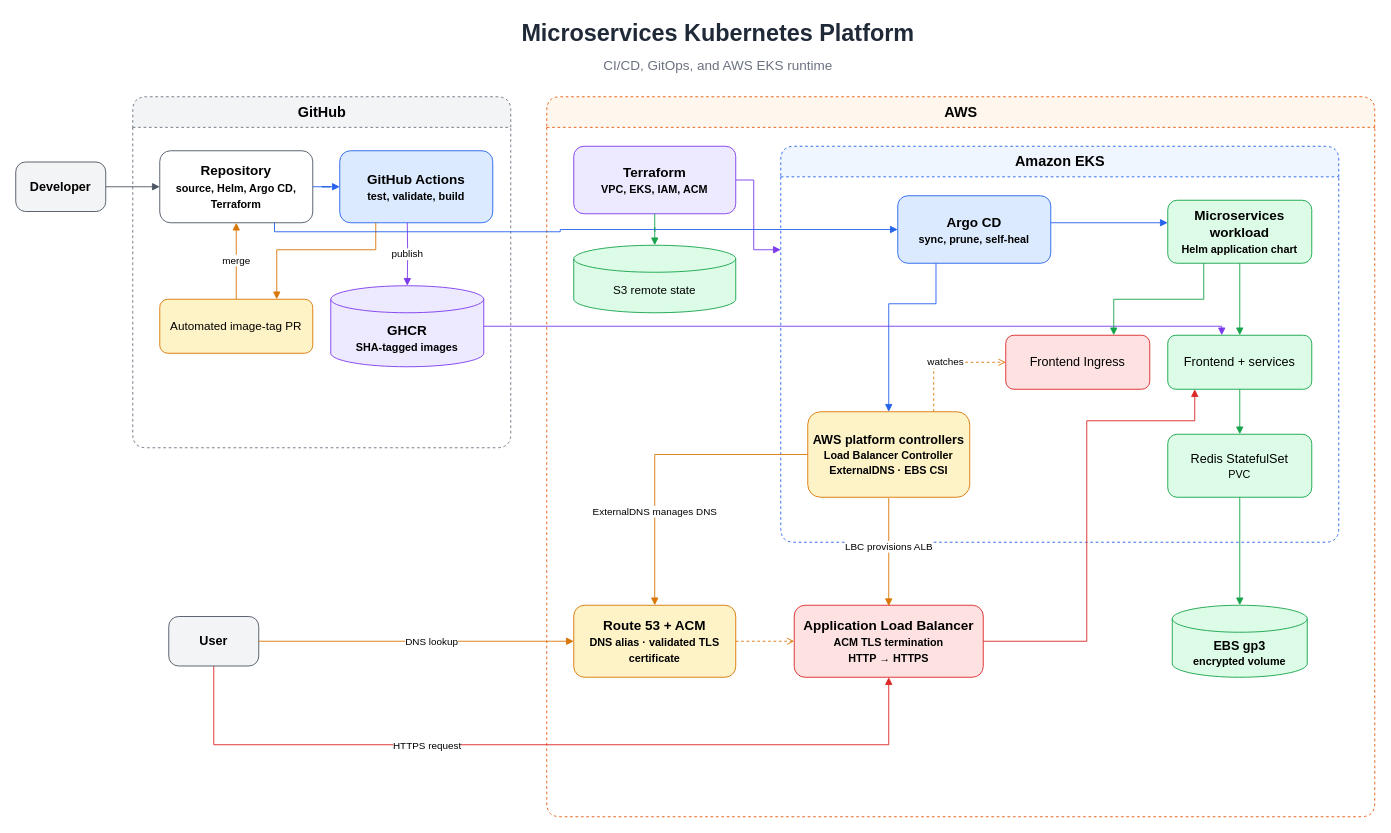
Earlier version of the draw.io diagram docs/diagrams/eks-platform-architecture.drawio (micheleformenti/microservices-k8s-platform). Source tidied: cells renumbered, new cells numbered last; positions are measured from the earlier drawing's top-left corner, leaving out a move shared by most shapes. Both pictures are drawn from the tidied source at 90%, with x=0, y=0 at pixel (15, 15).
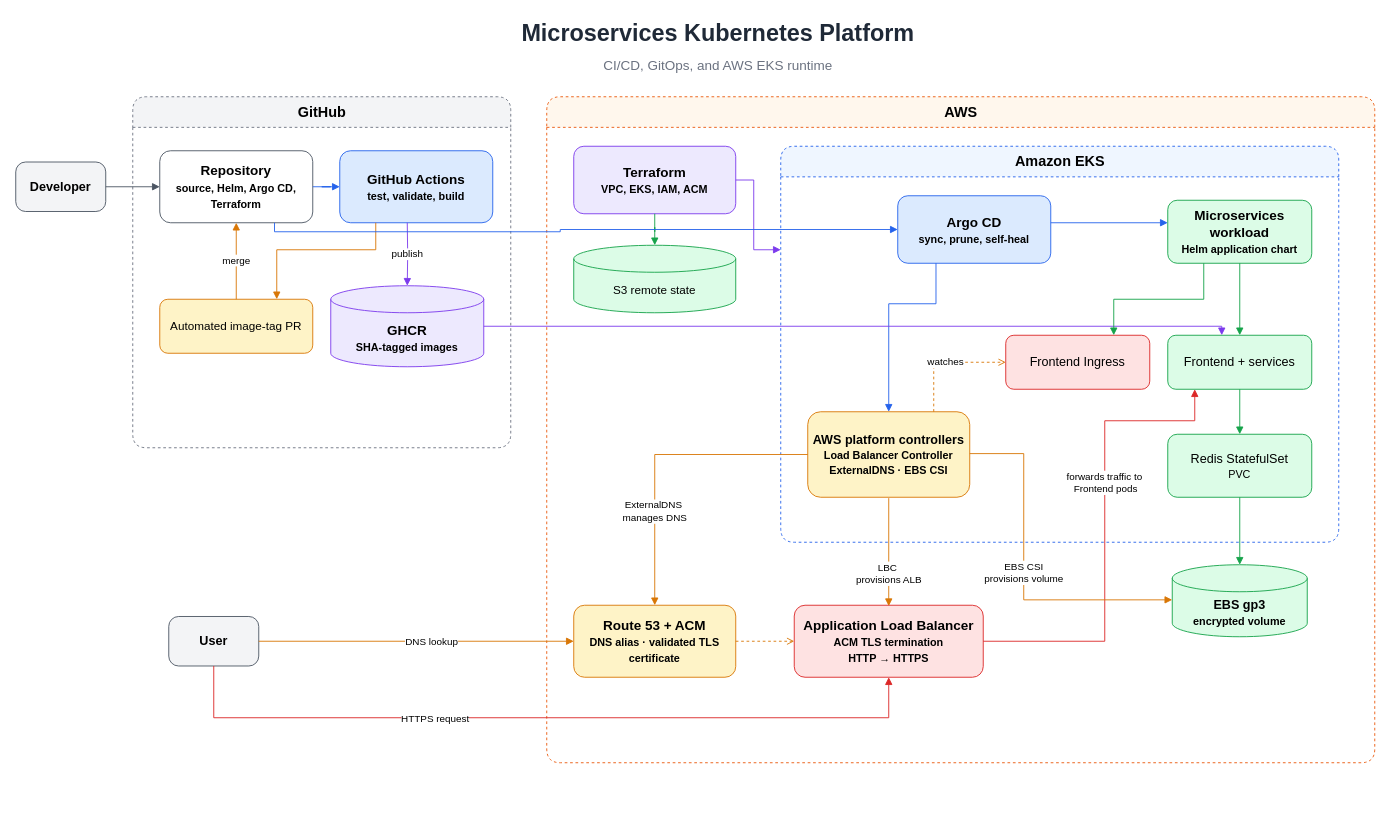
The same diagram, later.

Commit message (it also covers changes not shown here):
Add architecture diagrams

Unchanged cells that the change refers to:
```xml
<mxCell id="5" value="User" style="rounded=1;whiteSpace=wrap;html=1;fontSize=14;fontStyle=1;fillColor=#F3F4F6;strokeColor=#4B5563;arcSize=20;" parent="1" vertex="1">
  <mxGeometry x="170" y="667.5" width="100" height="55" as="geometry" />
</mxCell>
<mxCell id="14" value="Route 53 + ACM&lt;br&gt;&lt;font style=&quot;font-size: 12px;&quot;&gt;DNS alias · validated TLS certificate&lt;/font&gt;" style="rounded=1;whiteSpace=wrap;html=1;fontSize=15;fontStyle=1;fillColor=#FEF3C7;strokeColor=#D97706;" parent="11" vertex="1">
  <mxGeometry x="30" y="565" width="180" height="80" as="geometry" />
</mxCell>
<mxCell id="15" value="Application Load Balancer&lt;br&gt;&lt;font style=&quot;font-size: 12px;&quot;&gt;ACM TLS termination&lt;br&gt;HTTP → HTTPS&lt;/font&gt;" style="rounded=1;whiteSpace=wrap;html=1;fontSize=15;fontStyle=1;fillColor=#FEE2E2;strokeColor=#DC2626;" parent="11" vertex="1">
  <mxGeometry x="275" y="565" width="210" height="80" as="geometry" />
</mxCell>
<mxCell id="19" value="AWS platform controllers&lt;br&gt;&lt;font style=&quot;font-size: 12px;&quot;&gt;Load Balancer Controller&lt;br&gt;ExternalDNS · EBS CSI&lt;/font&gt;" style="rounded=1;whiteSpace=wrap;html=1;fontSize=14;fontStyle=1;fillColor=#FEF3C7;strokeColor=#D97706;" parent="17" vertex="1">
  <mxGeometry x="30" y="295" width="180" height="95" as="geometry" />
</mxCell>
<mxCell id="22" value="Frontend + services" style="rounded=1;whiteSpace=wrap;html=1;fontSize=14;fillColor=#DCFCE7;strokeColor=#16A34A;" parent="17" vertex="1">
  <mxGeometry x="430" y="210" width="160" height="60" as="geometry" />
</mxCell>
```

What changed in the source:
```diff
@@
     <mxCell id="11" value="AWS" style="swimlane;html=1;rounded=1;startSize=34;horizontal=1;fontSize=16;fontStyle=1;fillColor=#FFF7ED;strokeColor=#EA580C;dashed=1;" parent="1" vertex="1">
-      <mxGeometry x="590" y="90" width="920" height="800" as="geometry" />
+      <mxGeometry x="590" y="90" width="920" height="740" as="geometry" />
     </mxCell>
@@
     <mxCell id="16" value="EBS gp3&lt;br&gt;&lt;font style=&quot;font-size: 12px;&quot;&gt;encrypted volume&lt;/font&gt;" style="shape=cylinder3;whiteSpace=wrap;html=1;boundedLbl=1;backgroundOutline=1;fontSize=14;fontStyle=1;fillColor=#DCFCE7;strokeColor=#16A34A;" parent="11" vertex="1">
-      <mxGeometry x="695" y="565" width="150" height="80" as="geometry" />
+      <mxGeometry x="695" y="520" width="150" height="80" as="geometry" />
     </mxCell>
@@
     <mxCell id="24" style="edgeStyle=orthogonalEdgeStyle;rounded=0;jettySize=auto;html=1;endArrow=block;endFill=1;strokeColor=#DC2626;exitX=1;exitY=0.5;exitDx=0;exitDy=0;" parent="11" edge="1" source="15" target="22">
       <mxGeometry relative="1" as="geometry">
         <Array as="points">
-          <mxPoint x="600" y="605" />
-          <mxPoint x="600" y="360" />
+          <mxPoint x="620" y="605" />
+          <mxPoint x="620" y="360" />
           <mxPoint x="720" y="360" />
         </Array>
       </mxGeometry>
     </mxCell>
+    <mxCell id="48" value="forwards traffic to&amp;nbsp;&lt;div&gt;Frontend pods&lt;/div&gt;" style="edgeLabel;html=1;align=center;verticalAlign=middle;" parent="24" vertex="1">
+      <mxGeometry x="0.21" relative="1" as="geometry" />
+    </mxCell>
@@
-    <mxCell id="26" value="LBC provisions ALB" style="edgeStyle=orthogonalEdgeStyle;rounded=0;orthogonalLoop=1;jettySize=auto;html=1;endArrow=block;endFill=1;strokeColor=#D97706;entryX=0.5;entryY=0;entryDx=0;entryDy=0;exitX=0.5;exitY=1;exitDx=0;exitDy=0;" parent="11" edge="1">
-      <mxGeometry x="-0.08" relative="1" as="geometry">
+    <mxCell id="26" value="LBC&amp;nbsp;&lt;div&gt;provisions ALB&lt;/div&gt;" style="edgeStyle=orthogonalEdgeStyle;rounded=0;orthogonalLoop=1;jettySize=auto;html=1;endArrow=block;endFill=1;strokeColor=#D97706;entryX=0.5;entryY=0;entryDx=0;entryDy=0;exitX=0.5;exitY=1;exitDx=0;exitDy=0;" parent="11" edge="1">
+      <mxGeometry x="0.4" relative="1" as="geometry">
         <mxPoint x="380" y="446" as="sourcePoint" />
         <mxPoint x="380" y="566" as="targetPoint" />
-        <mxPoint y="-1" as="offset" />
       </mxGeometry>
     </mxCell>
+    <mxCell id="49" value="EBS CSI&lt;div&gt;provisions&amp;nbsp;&lt;span style=&quot;background-color: light-dark(#ffffff, var(--ge-dark-color, #121212)); color: light-dark(rgb(0, 0, 0), rgb(255, 255, 255));&quot;&gt;volume&lt;/span&gt;&lt;/div&gt;" style="edgeStyle=orthogonalEdgeStyle;rounded=0;orthogonalLoop=1;jettySize=auto;html=1;endArrow=block;endFill=1;strokeColor=#D97706;exitX=1;exitY=0.5;exitDx=0;exitDy=0;entryX=0;entryY=0.5;entryDx=0;entryDy=0;entryPerimeter=0;" parent="11" edge="1">
+      <mxGeometry x="-0.01" relative="1" as="geometry">
+        <mxPoint x="470" y="396.5" as="sourcePoint" />
+        <mxPoint x="695" y="559" as="targetPoint" />
+        <Array as="points">
+          <mxPoint x="530" y="397" />
+          <mxPoint x="530" y="559" />
+        </Array>
+      </mxGeometry>
+    </mxCell>
@@
-    <mxCell id="42" value="ExternalDNS manages DNS" style="edgeStyle=orthogonalEdgeStyle;rounded=0;jettySize=auto;html=1;endArrow=block;endFill=1;strokeColor=#D97706;exitX=0;exitY=0.5;exitDx=0;exitDy=0;entryX=0.5;entryY=0;entryDx=0;entryDy=0;" parent="1" edge="1" source="19" target="14">
+    <mxCell id="42" value="ExternalDNS&amp;nbsp;&lt;div&gt;manages DNS&lt;/div&gt;" style="edgeStyle=orthogonalEdgeStyle;rounded=0;jettySize=auto;html=1;endArrow=block;endFill=1;strokeColor=#D97706;exitX=0;exitY=0.5;exitDx=0;exitDy=0;entryX=0.5;entryY=0;entryDx=0;entryDy=0;" parent="1" edge="1" source="19" target="14">
       <mxGeometry x="0.38" relative="1" as="geometry">
         <Array as="points">
           <mxPoint x="710" y="488" />
         </Array>
       </mxGeometry>
     </mxCell>
@@
     <mxCell id="46" style="edgeStyle=orthogonalEdgeStyle;rounded=0;jettySize=auto;html=1;endArrow=block;endFill=1;strokeColor=#DC2626;exitX=0.5;exitY=1;exitDx=0;exitDy=0;entryX=0.5;entryY=1;entryDx=0;entryDy=0;" parent="1" edge="1" source="5" target="15">
       <mxGeometry relative="1" as="geometry">
         <Array as="points">
-          <mxPoint x="220" y="810" />
-          <mxPoint x="970" y="810" />
+          <mxPoint x="220" y="780" />
+          <mxPoint x="970" y="780" />
         </Array>
       </mxGeometry>
     </mxCell>
```
